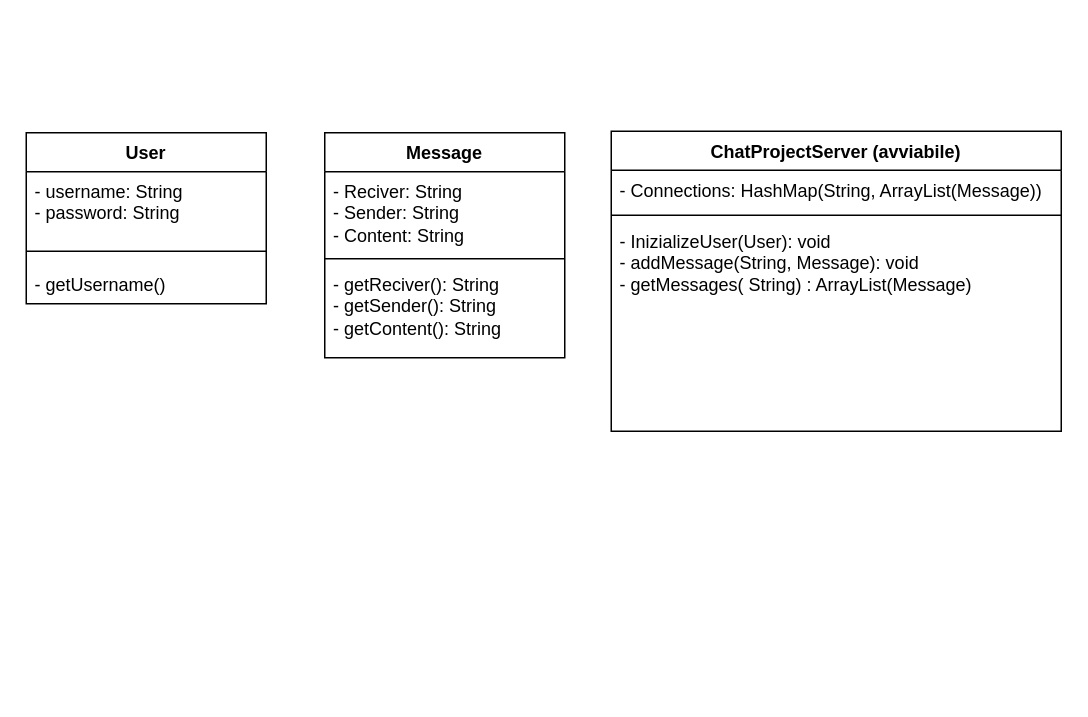
Before: Diagramma senza titolo.drawio in LikegoldTOMMY/CrapChat, a draw.io diagram. Source tidied: cells renumbered, new cells numbered last; positions are measured from the earlier drawing's top-left corner, leaving out a move shared by most shapes. Both pictures are drawn from the tidied source at 150%, with x=0, y=0 at pixel (26, 130).
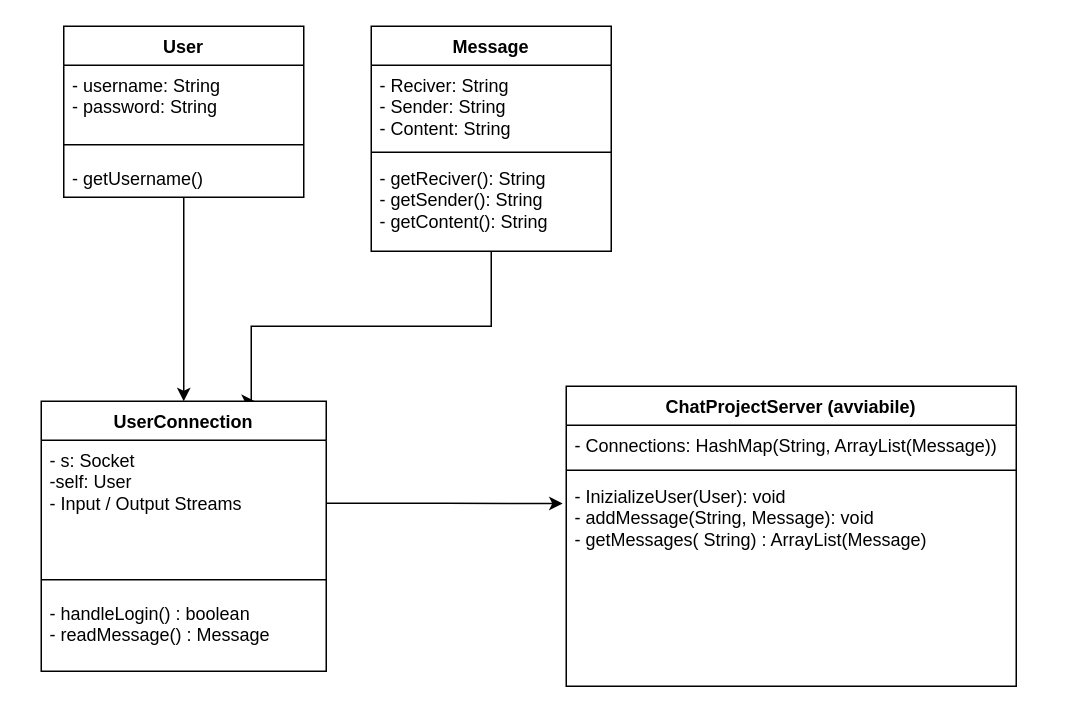
The same page after the edit.

Unchanged cells that the change refers to:
```xml
<mxCell id="9" value="- InizializeUser(User): void&lt;br&gt;- addMessage(String, Message): void&lt;br&gt;- getMessages( String) : ArrayList(Message)" style="text;strokeColor=none;fillColor=none;align=left;verticalAlign=top;spacingLeft=4;spacingRight=4;overflow=hidden;points=[[0,0.5],[1,0.5]];portConstraint=eastwest;whiteSpace=wrap;html=1;" parent="6" vertex="1">
  <mxGeometry y="60" width="300" height="140" as="geometry" />
</mxCell>
```

What changed in the source:
```diff
@@
+    <mxCell id="14" style="edgeStyle=orthogonalEdgeStyle;rounded=0;jettySize=auto;html=1;entryX=0.75;entryY=0;entryDx=0;entryDy=0;" parent="1" edge="1" source="2" target="16">
+      <mxGeometry relative="1" as="geometry">
+        <Array as="points">
+          <mxPoint x="310" y="130" />
+          <mxPoint x="150" y="130" />
+          <mxPoint x="150" y="180" />
+        </Array>
+      </mxGeometry>
+    </mxCell>
     <mxCell id="2" value="Message" style="swimlane;fontStyle=1;align=center;verticalAlign=top;horizontal=1;startSize=26;whiteSpace=wrap;html=1;" parent="1" vertex="1">
-      <mxGeometry x="199" y="1" width="160" height="150" as="geometry" />
+      <mxGeometry x="230" y="-70" width="160" height="150" as="geometry" />
     </mxCell>
@@
     <mxCell id="6" value="ChatProjectServer (avviabile)" style="swimlane;fontStyle=1;align=center;verticalAlign=top;horizontal=1;startSize=26;whiteSpace=wrap;html=1;" parent="1" vertex="1">
-      <mxGeometry x="390" width="300" height="200" as="geometry" />
+      <mxGeometry x="360" y="170" width="300" height="200" as="geometry" />
     </mxCell>
@@
+    <mxCell id="15" style="edgeStyle=orthogonalEdgeStyle;rounded=0;jettySize=auto;html=1;entryX=0.5;entryY=0;entryDx=0;entryDy=0;" parent="1" edge="1" source="10" target="16">
+      <mxGeometry relative="1" as="geometry" />
+    </mxCell>
     <mxCell id="10" value="User" style="swimlane;fontStyle=1;align=center;verticalAlign=top;horizontal=1;startSize=26;whiteSpace=wrap;html=1;" parent="1" vertex="1">
-      <mxGeometry y="1" width="160" height="114" as="geometry" />
+      <mxGeometry x="25" y="-70" width="160" height="114" as="geometry" />
     </mxCell>
@@
+    <mxCell id="16" value="UserConnection" style="swimlane;fontStyle=1;align=center;verticalAlign=top;horizontal=1;startSize=26;whiteSpace=wrap;html=1;" parent="1" vertex="1">
+      <mxGeometry x="10" y="180" width="190" height="180" as="geometry" />
+    </mxCell>
+    <mxCell id="17" value="- s: Socket&lt;br&gt;-self: User&lt;br&gt;- Input / Output Streams" style="text;strokeColor=none;fillColor=none;align=left;verticalAlign=top;spacingLeft=4;spacingRight=4;overflow=hidden;points=[[0,0.5],[1,0.5]];portConstraint=eastwest;whiteSpace=wrap;html=1;" parent="16" vertex="1">
+      <mxGeometry y="26" width="190" height="84" as="geometry" />
+    </mxCell>
+    <mxCell id="18" style="line;strokeWidth=1;fillColor=none;align=left;verticalAlign=middle;spacingTop=-1;spacingLeft=3;spacingRight=3;labelPosition=right;strokeColor=inherit;" parent="16" vertex="1">
+      <mxGeometry y="110" width="190" height="18" as="geometry" />
+    </mxCell>
+    <mxCell id="19" value="- handleLogin() : boolean&lt;br&gt;- readMessage() : Message" style="text;strokeColor=none;fillColor=none;align=left;verticalAlign=top;spacingLeft=4;spacingRight=4;overflow=hidden;whiteSpace=wrap;html=1;" parent="16" vertex="1">
+      <mxGeometry y="128" width="190" height="52" as="geometry" />
+    </mxCell>
+    <mxCell id="20" style="edgeStyle=orthogonalEdgeStyle;rounded=0;jettySize=auto;html=1;entryX=-0.008;entryY=0.13;entryDx=0;entryDy=0;entryPerimeter=0;" parent="1" edge="1" source="17" target="9">
+      <mxGeometry relative="1" as="geometry" />
+    </mxCell>
```
